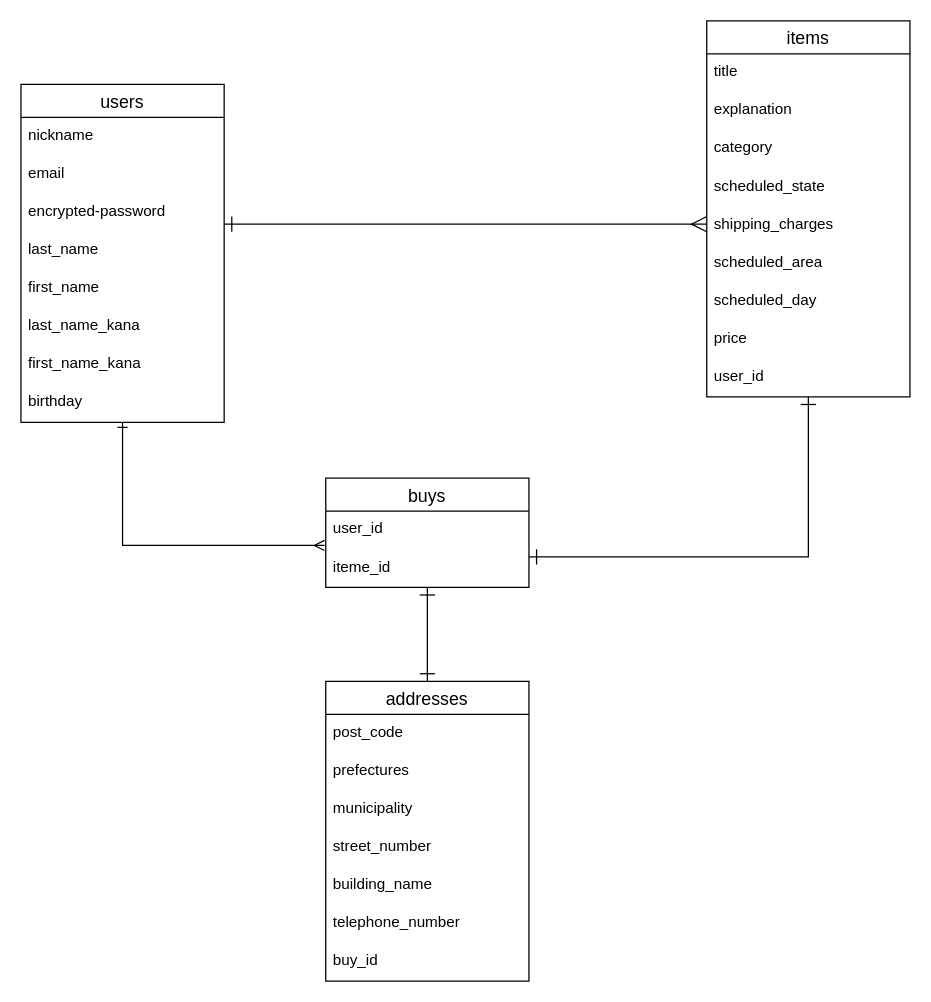
Earlier version of the draw.io diagram furima.dio (mari2326/furima-36428). Source tidied: cells renumbered, new cells numbered last; positions are measured from the earlier drawing's top-left corner, leaving out a move shared by most shapes. Both pictures are drawn from the tidied source at 127%, with x=0, y=0 at pixel (20, 20).
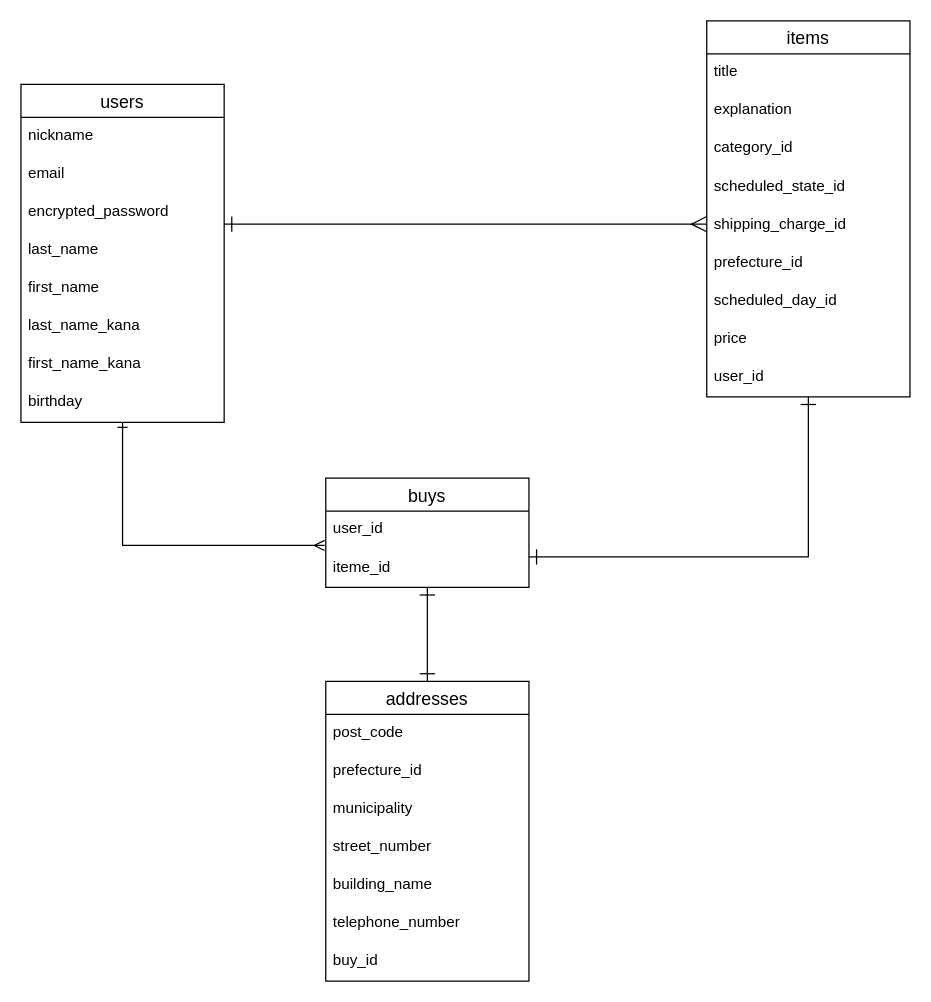
The same page after the edit.

The change refers to these unchanged cells:
```xml
<mxCell id="3" value="users" style="swimlane;fontStyle=0;horizontal=1;startSize=26;align=center;fontSize=14;" parent="1" vertex="1">
  <mxGeometry y="50" width="160" height="266" as="geometry" />
</mxCell>
<mxCell id="13" value="items" style="swimlane;fontStyle=0;horizontal=1;startSize=26;align=center;fontSize=14;" parent="1" vertex="1">
  <mxGeometry x="540" width="160" height="296" as="geometry" />
</mxCell>
<mxCell id="28" value="addresses" style="swimlane;fontStyle=0;horizontal=1;startSize=26;align=center;fontSize=14;" parent="1" vertex="1">
  <mxGeometry x="240" y="520" width="160" height="236" as="geometry" />
</mxCell>
```

Change to the diagram source:
```diff
@@
-    <mxCell id="6" value="encrypted-password&#10;" style="text;strokeColor=none;fillColor=none;spacingLeft=4;spacingRight=4;overflow=hidden;fontSize=12;" parent="3" vertex="1">
+    <mxCell id="6" value="encrypted_password&#10;" style="text;strokeColor=none;fillColor=none;spacingLeft=4;spacingRight=4;overflow=hidden;fontSize=12;" parent="3" vertex="1">
       <mxGeometry y="86" width="160" height="30" as="geometry" />
     </mxCell>
@@
-    <mxCell id="16" value="category" style="text;strokeColor=none;fillColor=none;spacingLeft=4;spacingRight=4;overflow=hidden;fontSize=12;" parent="13" vertex="1">
+    <mxCell id="16" value="category_id" style="text;strokeColor=none;fillColor=none;spacingLeft=4;spacingRight=4;overflow=hidden;fontSize=12;" parent="13" vertex="1">
       <mxGeometry y="86" width="160" height="30" as="geometry" />
     </mxCell>
-    <mxCell id="17" value="scheduled_state" style="text;strokeColor=none;fillColor=none;spacingLeft=4;spacingRight=4;overflow=hidden;fontSize=12;" parent="13" vertex="1">
+    <mxCell id="17" value="scheduled_state_id" style="text;strokeColor=none;fillColor=none;spacingLeft=4;spacingRight=4;overflow=hidden;fontSize=12;" parent="13" vertex="1">
       <mxGeometry y="116" width="160" height="30" as="geometry" />
     </mxCell>
-    <mxCell id="18" value="shipping_charges" style="text;strokeColor=none;fillColor=none;spacingLeft=4;spacingRight=4;overflow=hidden;fontSize=12;" parent="13" vertex="1">
+    <mxCell id="18" value="shipping_charge_id" style="text;strokeColor=none;fillColor=none;spacingLeft=4;spacingRight=4;overflow=hidden;fontSize=12;" parent="13" vertex="1">
       <mxGeometry y="146" width="160" height="30" as="geometry" />
     </mxCell>
-    <mxCell id="19" value="scheduled_area" style="text;strokeColor=none;fillColor=none;spacingLeft=4;spacingRight=4;overflow=hidden;fontSize=12;" parent="13" vertex="1">
+    <mxCell id="19" value="prefecture_id" style="text;strokeColor=none;fillColor=none;spacingLeft=4;spacingRight=4;overflow=hidden;fontSize=12;" parent="13" vertex="1">
       <mxGeometry y="176" width="160" height="30" as="geometry" />
     </mxCell>
-    <mxCell id="20" value="scheduled_day" style="text;strokeColor=none;fillColor=none;spacingLeft=4;spacingRight=4;overflow=hidden;fontSize=12;" parent="13" vertex="1">
+    <mxCell id="20" value="scheduled_day_id" style="text;strokeColor=none;fillColor=none;spacingLeft=4;spacingRight=4;overflow=hidden;fontSize=12;" parent="13" vertex="1">
       <mxGeometry y="206" width="160" height="30" as="geometry" />
     </mxCell>
@@
-    <mxCell id="30" value="prefectures" style="text;strokeColor=none;fillColor=none;spacingLeft=4;spacingRight=4;overflow=hidden;fontSize=12;" parent="28" vertex="1">
+    <mxCell id="30" value="prefecture_id" style="text;strokeColor=none;fillColor=none;spacingLeft=4;spacingRight=4;overflow=hidden;fontSize=12;" parent="28" vertex="1">
       <mxGeometry y="56" width="160" height="30" as="geometry" />
     </mxCell>
```
